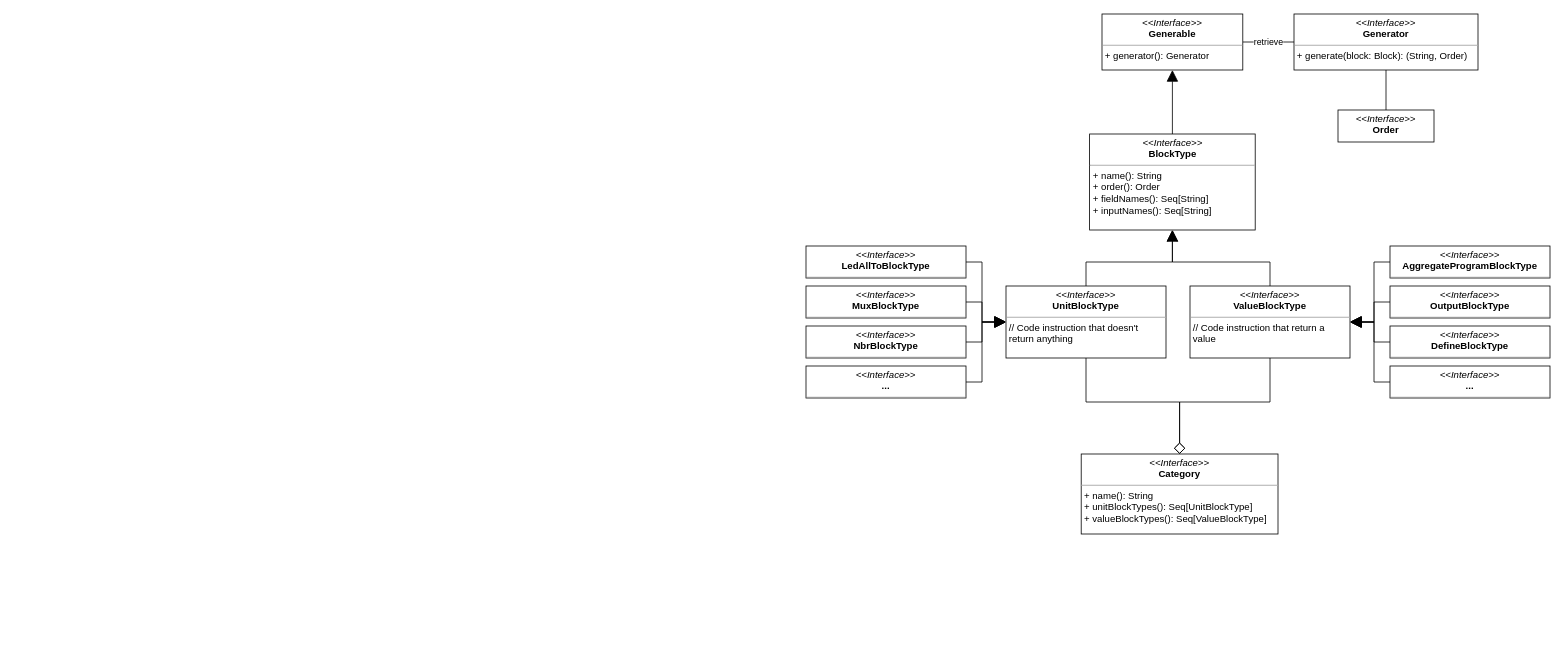
Before: page "Classes" (1 of 2) of blockly2scafi.drawio in cric96/ScaFi-Blocks, a draw.io diagram. Source tidied: cells renumbered, new cells numbered last; positions are measured from the earlier drawing's top-left corner, leaving out a move shared by most shapes. Both pictures are drawn from the tidied source at 80%, with x=0, y=0 at pixel (806, 14).
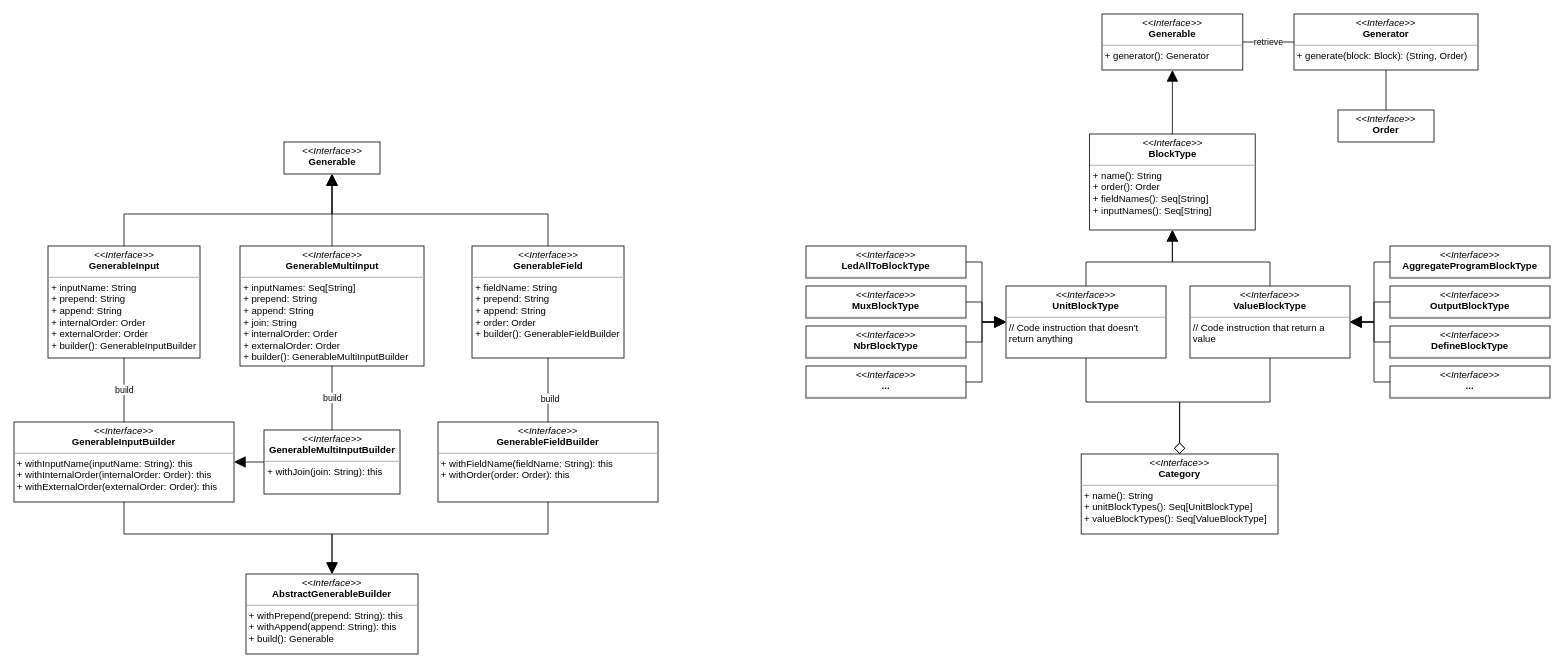
The same diagram, later.

What changed in the source:
```diff
@@
+    <mxCell id="32" value="&lt;p style=&quot;margin:0px;margin-top:4px;text-align:center;&quot;&gt;&lt;i&gt;&amp;lt;&amp;lt;Interface&amp;gt;&amp;gt;&lt;/i&gt;&lt;br&gt;&lt;b&gt;AbstractGenerableBuilder&lt;/b&gt;&lt;/p&gt;&lt;hr size=&quot;1&quot;&gt;&lt;p style=&quot;margin:0px;margin-left:4px;&quot;&gt;+ withPrepend(prepend: String): this&lt;/p&gt;&lt;p style=&quot;margin:0px;margin-left:4px;&quot;&gt;+ withAppend(append: String): this&lt;/p&gt;&lt;p style=&quot;margin:0px;margin-left:4px;&quot;&gt;+ build(): Generable&lt;/p&gt;" style="verticalAlign=top;align=left;overflow=fill;fontSize=12;fontFamily=Helvetica;html=1;" parent="1" vertex="1">
+      <mxGeometry x="-700" y="700" width="215" height="100" as="geometry" />
+    </mxCell>
+    <mxCell id="33" style="edgeStyle=orthogonalEdgeStyle;rounded=0;jettySize=auto;html=1;exitX=0.5;exitY=0;exitDx=0;exitDy=0;entryX=0.5;entryY=1;entryDx=0;entryDy=0;startArrow=none;startFill=0;endArrow=block;endFill=1;startSize=12;endSize=12;" parent="1" edge="1" source="34" target="35">
+      <mxGeometry relative="1" as="geometry" />
+    </mxCell>
+    <mxCell id="34" value="&lt;p style=&quot;margin:0px;margin-top:4px;text-align:center;&quot;&gt;&lt;i&gt;&amp;lt;&amp;lt;Interface&amp;gt;&amp;gt;&lt;/i&gt;&lt;br&gt;&lt;b&gt;GenerableInput&lt;/b&gt;&lt;/p&gt;&lt;hr size=&quot;1&quot;&gt;&lt;p style=&quot;margin:0px;margin-left:4px;&quot;&gt;+ inputName: String&lt;br&gt;&lt;/p&gt;&lt;p style=&quot;margin:0px;margin-left:4px;&quot;&gt;+ prepend: String&lt;/p&gt;&lt;p style=&quot;margin:0px;margin-left:4px;&quot;&gt;+ append: String&lt;/p&gt;&lt;p style=&quot;margin:0px;margin-left:4px;&quot;&gt;+ internalOrder: Order&lt;/p&gt;&lt;p style=&quot;margin:0px;margin-left:4px;&quot;&gt;+ externalOrder: Order&lt;/p&gt;&lt;p style=&quot;margin:0px;margin-left:4px;&quot;&gt;+ builder(): GenerableInputBuilder&lt;/p&gt;" style="verticalAlign=top;align=left;overflow=fill;fontSize=12;fontFamily=Helvetica;html=1;" parent="1" vertex="1">
+      <mxGeometry x="-947.5" y="290" width="190" height="140" as="geometry" />
+    </mxCell>
+    <mxCell id="35" value="&lt;p style=&quot;margin:0px;margin-top:4px;text-align:center;&quot;&gt;&lt;i&gt;&amp;lt;&amp;lt;Interface&amp;gt;&amp;gt;&lt;/i&gt;&lt;br&gt;&lt;b&gt;Generable&lt;/b&gt;&lt;/p&gt;" style="verticalAlign=top;align=left;overflow=fill;fontSize=12;fontFamily=Helvetica;html=1;" parent="1" vertex="1">
+      <mxGeometry x="-652.5" y="160" width="120" height="40" as="geometry" />
+    </mxCell>
+    <mxCell id="36" style="edgeStyle=orthogonalEdgeStyle;rounded=0;jettySize=auto;html=1;exitX=0.5;exitY=0;exitDx=0;exitDy=0;entryX=0.5;entryY=1;entryDx=0;entryDy=0;startArrow=none;startFill=0;endArrow=block;endFill=1;startSize=12;endSize=12;" parent="1" edge="1" source="37" target="35">
+      <mxGeometry relative="1" as="geometry" />
+    </mxCell>
+    <mxCell id="37" value="&lt;p style=&quot;margin:0px;margin-top:4px;text-align:center;&quot;&gt;&lt;i&gt;&amp;lt;&amp;lt;Interface&amp;gt;&amp;gt;&lt;/i&gt;&lt;br&gt;&lt;b&gt;GenerableMultiInput&lt;/b&gt;&lt;/p&gt;&lt;hr size=&quot;1&quot;&gt;&lt;p style=&quot;margin:0px;margin-left:4px;&quot;&gt;+ inputNames: Seq[String]&lt;br&gt;&lt;/p&gt;&lt;p style=&quot;margin:0px;margin-left:4px;&quot;&gt;+ prepend: String&lt;/p&gt;&lt;p style=&quot;margin:0px;margin-left:4px;&quot;&gt;+ append: String&lt;/p&gt;&lt;p style=&quot;margin:0px;margin-left:4px;&quot;&gt;+ join: String&lt;/p&gt;&lt;p style=&quot;margin:0px;margin-left:4px;&quot;&gt;+ internalOrder: Order&lt;/p&gt;&lt;p style=&quot;margin:0px;margin-left:4px;&quot;&gt;+ externalOrder: Order&lt;/p&gt;&lt;p style=&quot;margin:0px;margin-left:4px;&quot;&gt;+ builder(): GenerableMultiInputBuilder&lt;/p&gt;" style="verticalAlign=top;align=left;overflow=fill;fontSize=12;fontFamily=Helvetica;html=1;" parent="1" vertex="1">
+      <mxGeometry x="-707.5" y="290" width="230" height="150" as="geometry" />
+    </mxCell>
+    <mxCell id="38" style="edgeStyle=orthogonalEdgeStyle;rounded=0;jettySize=auto;html=1;exitX=0.5;exitY=0;exitDx=0;exitDy=0;entryX=0.5;entryY=1;entryDx=0;entryDy=0;startArrow=none;startFill=0;endArrow=block;endFill=1;startSize=12;endSize=12;" parent="1" edge="1" source="39" target="35">
+      <mxGeometry relative="1" as="geometry" />
+    </mxCell>
+    <mxCell id="39" value="&lt;p style=&quot;margin:0px;margin-top:4px;text-align:center;&quot;&gt;&lt;i&gt;&amp;lt;&amp;lt;Interface&amp;gt;&amp;gt;&lt;/i&gt;&lt;br&gt;&lt;b&gt;GenerableField&lt;/b&gt;&lt;/p&gt;&lt;hr size=&quot;1&quot;&gt;&lt;p style=&quot;margin:0px;margin-left:4px;&quot;&gt;+ fieldName: String&lt;br&gt;&lt;/p&gt;&lt;p style=&quot;margin:0px;margin-left:4px;&quot;&gt;+ prepend: String&lt;/p&gt;&lt;p style=&quot;margin:0px;margin-left:4px;&quot;&gt;+ append: String&lt;/p&gt;&lt;p style=&quot;margin:0px;margin-left:4px;&quot;&gt;+ order: Order&lt;/p&gt;&lt;p style=&quot;margin:0px;margin-left:4px;&quot;&gt;+ builder(): GenerableFieldBuilder&lt;/p&gt;" style="verticalAlign=top;align=left;overflow=fill;fontSize=12;fontFamily=Helvetica;html=1;" parent="1" vertex="1">
+      <mxGeometry x="-417.5" y="290" width="190" height="140" as="geometry" />
+    </mxCell>
+    <mxCell id="40" style="edgeStyle=orthogonalEdgeStyle;rounded=0;jettySize=auto;html=1;exitX=0.5;exitY=1;exitDx=0;exitDy=0;entryX=0.5;entryY=0;entryDx=0;entryDy=0;startArrow=none;startFill=0;endArrow=block;endFill=1;startSize=12;endSize=12;" parent="1" edge="1" source="42" target="32">
+      <mxGeometry relative="1" as="geometry" />
+    </mxCell>
+    <mxCell id="41" value="build" style="edgeStyle=orthogonalEdgeStyle;rounded=0;jettySize=auto;html=1;exitX=0.5;exitY=0;exitDx=0;exitDy=0;entryX=0.5;entryY=1;entryDx=0;entryDy=0;startArrow=none;startFill=0;endArrow=none;endFill=0;startSize=12;endSize=12;" parent="1" edge="1" source="42" target="34">
+      <mxGeometry relative="1" as="geometry" />
+    </mxCell>
+    <mxCell id="42" value="&lt;p style=&quot;margin:0px;margin-top:4px;text-align:center;&quot;&gt;&lt;i&gt;&amp;lt;&amp;lt;Interface&amp;gt;&amp;gt;&lt;/i&gt;&lt;br&gt;&lt;b&gt;GenerableInputBuilder&lt;/b&gt;&lt;/p&gt;&lt;hr size=&quot;1&quot;&gt;&lt;p style=&quot;margin:0px;margin-left:4px;&quot;&gt;+ withInputName(inputName: String): this&lt;br&gt;&lt;/p&gt;&lt;p style=&quot;margin:0px;margin-left:4px;&quot;&gt;+ withInternalOrder(internalOrder: Order): this&lt;/p&gt;&lt;p style=&quot;margin:0px;margin-left:4px;&quot;&gt;+ withExternalOrder(externalOrder: Order): this&lt;/p&gt;" style="verticalAlign=top;align=left;overflow=fill;fontSize=12;fontFamily=Helvetica;html=1;" parent="1" vertex="1">
+      <mxGeometry x="-990" y="510" width="275" height="100" as="geometry" />
+    </mxCell>
+    <mxCell id="43" style="edgeStyle=orthogonalEdgeStyle;rounded=0;jettySize=auto;html=1;exitX=0;exitY=0.5;exitDx=0;exitDy=0;entryX=1;entryY=0.5;entryDx=0;entryDy=0;startArrow=none;startFill=0;endArrow=block;endFill=1;startSize=12;endSize=12;" parent="1" edge="1" source="45" target="42">
+      <mxGeometry relative="1" as="geometry" />
+    </mxCell>
+    <mxCell id="44" value="build" style="edgeStyle=orthogonalEdgeStyle;rounded=0;jettySize=auto;html=1;exitX=0.5;exitY=0;exitDx=0;exitDy=0;entryX=0.5;entryY=1;entryDx=0;entryDy=0;startArrow=none;startFill=0;endArrow=none;endFill=0;startSize=12;endSize=12;" parent="1" edge="1" source="45" target="37">
+      <mxGeometry relative="1" as="geometry" />
+    </mxCell>
+    <mxCell id="45" value="&lt;p style=&quot;margin:0px;margin-top:4px;text-align:center;&quot;&gt;&lt;i&gt;&amp;lt;&amp;lt;Interface&amp;gt;&amp;gt;&lt;/i&gt;&lt;br&gt;&lt;b&gt;GenerableMultiInputBuilder&lt;/b&gt;&lt;/p&gt;&lt;hr size=&quot;1&quot;&gt;&lt;p style=&quot;margin:0px;margin-left:4px;&quot;&gt;+ withJoin(join: String): this&lt;/p&gt;" style="verticalAlign=top;align=left;overflow=fill;fontSize=12;fontFamily=Helvetica;html=1;" parent="1" vertex="1">
+      <mxGeometry x="-677.5" y="520" width="170" height="80" as="geometry" />
+    </mxCell>
+    <mxCell id="46" style="edgeStyle=orthogonalEdgeStyle;rounded=0;jettySize=auto;html=1;exitX=0.5;exitY=1;exitDx=0;exitDy=0;entryX=0.5;entryY=0;entryDx=0;entryDy=0;startArrow=none;startFill=0;endArrow=block;endFill=1;startSize=12;endSize=12;" parent="1" edge="1" source="49" target="32">
+      <mxGeometry relative="1" as="geometry" />
+    </mxCell>
+    <mxCell id="47" style="edgeStyle=orthogonalEdgeStyle;rounded=0;jettySize=auto;html=1;exitX=0.5;exitY=0;exitDx=0;exitDy=0;entryX=0.5;entryY=1;entryDx=0;entryDy=0;startArrow=none;startFill=0;endArrow=none;endFill=0;startSize=12;endSize=12;" parent="1" edge="1" source="49" target="39">
+      <mxGeometry relative="1" as="geometry" />
+    </mxCell>
+    <mxCell id="48" value="build" style="edgeLabel;html=1;align=center;verticalAlign=middle;" parent="47" vertex="1">
+      <mxGeometry x="-0.25" y="-2" relative="1" as="geometry" />
+    </mxCell>
+    <mxCell id="49" value="&lt;p style=&quot;margin:0px;margin-top:4px;text-align:center;&quot;&gt;&lt;i&gt;&amp;lt;&amp;lt;Interface&amp;gt;&amp;gt;&lt;/i&gt;&lt;br&gt;&lt;b&gt;GenerableFieldBuilder&lt;/b&gt;&lt;/p&gt;&lt;hr size=&quot;1&quot;&gt;&lt;p style=&quot;margin:0px;margin-left:4px;&quot;&gt;+ withFieldName(fieldName: String): this&lt;/p&gt;&lt;p style=&quot;margin:0px;margin-left:4px;&quot;&gt;+ withOrder(order: Order): this&lt;/p&gt;" style="verticalAlign=top;align=left;overflow=fill;fontSize=12;fontFamily=Helvetica;html=1;" parent="1" vertex="1">
+      <mxGeometry x="-460" y="510" width="275" height="100" as="geometry" />
+    </mxCell>
```
